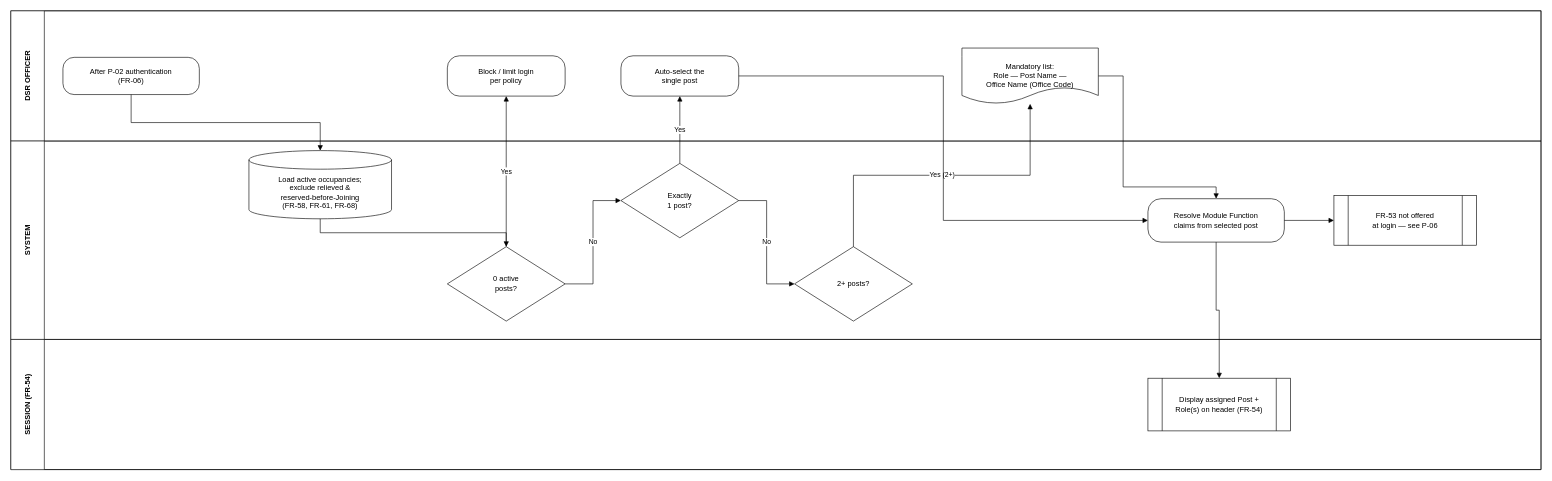
This is Finalized BRD/User Management/ProcessDiagrams/User_Management/P-05_DSR_Login_Post_Selection.drawio from mvprash/Kaveri3Plan, a draw.io file, before an edit. Source tidied: cells renumbered, new cells numbered last; positions are measured from the earlier drawing's top-left corner, leaving out a move shared by most shapes. Both pictures are drawn from the tidied source at 62%, with x=0, y=0 at pixel (11, 11).
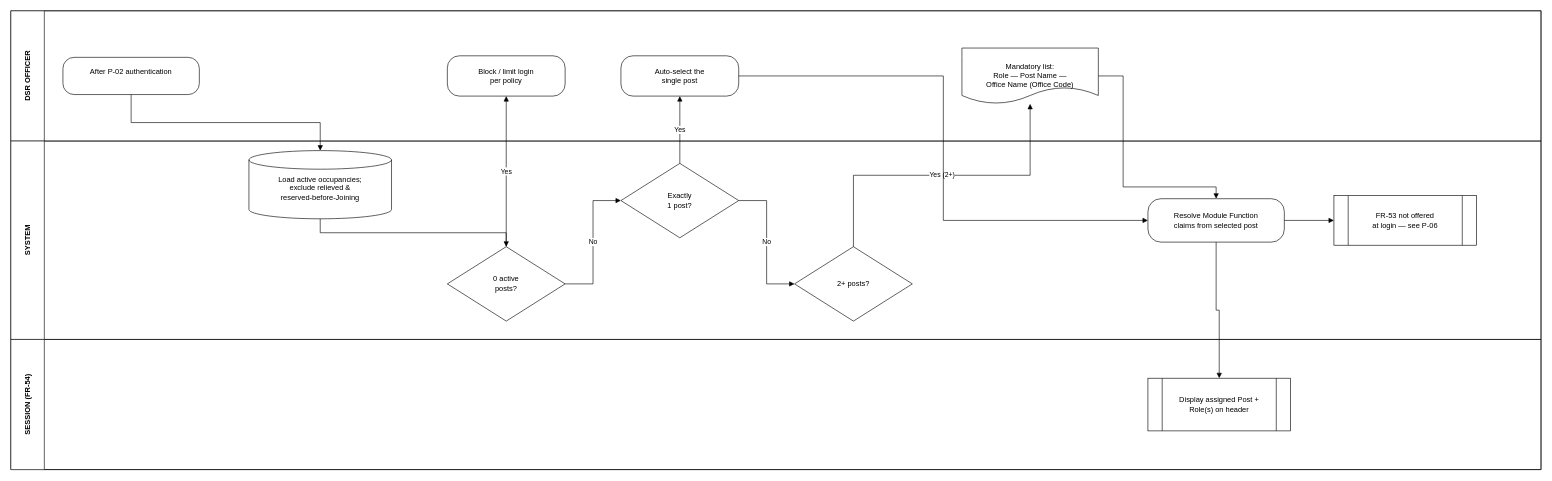
The same page after the edit.

Change to the diagram source:
```diff
@@
-    <mxCell id="6" value="After P-02 authentication&#10;(FR-06)" style="rounded=1;whiteSpace=wrap;html=1;arcSize=30;" parent="1" vertex="1">
+    <mxCell id="6" value="After P-02 authentication&lt;div&gt;&lt;br/&gt;&lt;/div&gt;" style="rounded=1;whiteSpace=wrap;html=1;arcSize=30;" parent="1" vertex="1">
       <mxGeometry x="84" y="75" width="220" height="60" as="geometry" />
     </mxCell>
-    <mxCell id="7" value="Load active occupancies;&#10;exclude relieved &amp;&#10;reserved-before-Joining&#10;(FR-58, FR-61, FR-68)" style="shape=cylinder3;whiteSpace=wrap;html=1;boundedLbl=1;" parent="1" vertex="1">
+    <mxCell id="7" value="Load active occupancies;&lt;br&gt;exclude relieved &amp;amp;&lt;br&gt;reserved-before-Joining&lt;div&gt;&lt;br/&gt;&lt;/div&gt;" style="shape=cylinder3;whiteSpace=wrap;html=1;boundedLbl=1;" parent="1" vertex="1">
       <mxGeometry x="384" y="225.4" width="230" height="110" as="geometry" />
     </mxCell>
@@
-    <mxCell id="15" value="Display assigned Post +&#10;Role(s) on header (FR-54)" style="shape=process;whiteSpace=wrap;html=1;" parent="1" vertex="1">
+    <mxCell id="15" value="Display assigned Post +&lt;br&gt;Role(s) on header" style="shape=process;whiteSpace=wrap;html=1;" parent="1" vertex="1">
       <mxGeometry x="1834" y="592.5" width="230" height="85" as="geometry" />
     </mxCell>
```
